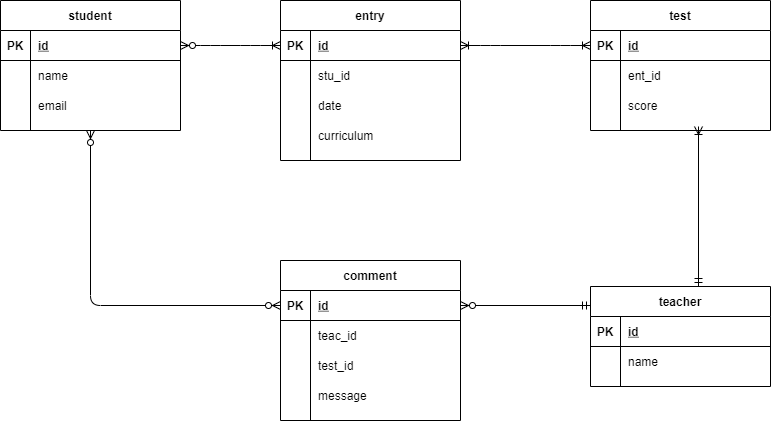
Before: index.drawio.png, a diagram exported from draw.io (i-system-yaa999/Database_Chapter8_EX). Source tidied: cells renumbered, new cells last; positions are measured from the earlier drawing's top-left corner, leaving out a move shared by most shapes. Its diagram source:
```xml
<mxGraphModel>
  <root>
    <mxCell id="0" />
    <mxCell id="1" parent="0" />
    <mxCell id="2" value="student" style="shape=table;startSize=30;rowLines=0;fontStyle=1;align=center;" parent="1" vertex="1">
      <mxGeometry width="180" height="130" as="geometry" />
    </mxCell>
    <mxCell id="3" style="shape=partialRectangle;fillColor=none;top=0;left=0;bottom=1;right=0;points=[[0,0.5],[1,0.5]];portConstraint=eastwest;" parent="2" vertex="1">
      <mxGeometry y="30" width="180" height="30" as="geometry" />
    </mxCell>
    <mxCell id="4" value="PK" style="shape=partialRectangle;fillColor=none;top=0;left=0;bottom=0;right=0;fontStyle=1;overflow=hidden;" parent="3" vertex="1">
      <mxGeometry width="30" height="30" as="geometry" />
    </mxCell>
    <mxCell id="5" value="id" style="shape=partialRectangle;fillColor=none;top=0;left=0;bottom=0;right=0;align=left;spacingLeft=6;fontStyle=5;overflow=hidden;" parent="3" vertex="1">
      <mxGeometry x="30" width="150" height="30" as="geometry" />
    </mxCell>
    <mxCell id="6" style="shape=partialRectangle;fillColor=none;top=0;left=0;bottom=0;right=0;points=[[0,0.5],[1,0.5]];portConstraint=eastwest;" parent="2" vertex="1">
      <mxGeometry y="60" width="180" height="30" as="geometry" />
    </mxCell>
    <mxCell id="7" style="shape=partialRectangle;fillColor=none;top=0;left=0;bottom=0;right=0;overflow=hidden;" parent="6" vertex="1">
      <mxGeometry width="30" height="30" as="geometry" />
    </mxCell>
    <mxCell id="8" value="name" style="shape=partialRectangle;fillColor=none;top=0;left=0;bottom=0;right=0;align=left;spacingLeft=6;overflow=hidden;" parent="6" vertex="1">
      <mxGeometry x="30" width="150" height="30" as="geometry" />
    </mxCell>
    <mxCell id="9" style="shape=partialRectangle;fillColor=none;top=0;left=0;bottom=0;right=0;" parent="2" vertex="1">
      <mxGeometry y="90" width="180" height="30" as="geometry" />
    </mxCell>
    <mxCell id="10" style="shape=partialRectangle;fillColor=none;top=0;left=0;bottom=0;right=0;overflow=hidden;" parent="9" vertex="1">
      <mxGeometry width="30" height="30" as="geometry" />
    </mxCell>
    <mxCell id="11" value="email" style="shape=partialRectangle;fillColor=none;top=0;left=0;bottom=0;right=0;align=left;spacingLeft=6;overflow=hidden;" parent="9" vertex="1">
      <mxGeometry x="30" width="150" height="30" as="geometry" />
    </mxCell>
    <mxCell id="12" value="test" style="shape=table;startSize=30;rowLines=0;fontStyle=1;align=center;" parent="1" vertex="1">
      <mxGeometry x="590" width="180" height="130" as="geometry" />
    </mxCell>
    <mxCell id="13" style="shape=partialRectangle;fillColor=none;top=0;left=0;bottom=1;right=0;points=[[0,0.5],[1,0.5]];portConstraint=eastwest;" parent="12" vertex="1">
      <mxGeometry y="30" width="180" height="30" as="geometry" />
    </mxCell>
    <mxCell id="14" value="PK" style="shape=partialRectangle;fillColor=none;top=0;left=0;bottom=0;right=0;fontStyle=1;overflow=hidden;" parent="13" vertex="1">
      <mxGeometry width="30" height="30" as="geometry" />
    </mxCell>
    <mxCell id="15" value="id" style="shape=partialRectangle;fillColor=none;top=0;left=0;bottom=0;right=0;align=left;spacingLeft=6;fontStyle=5;overflow=hidden;" parent="13" vertex="1">
      <mxGeometry x="30" width="150" height="30" as="geometry" />
    </mxCell>
    <mxCell id="16" style="shape=partialRectangle;fillColor=none;top=0;left=0;bottom=0;right=0;" parent="12" vertex="1">
      <mxGeometry y="60" width="180" height="30" as="geometry" />
    </mxCell>
    <mxCell id="17" style="shape=partialRectangle;fillColor=none;top=0;left=0;bottom=0;right=0;overflow=hidden;" parent="16" vertex="1">
      <mxGeometry width="30" height="30" as="geometry" />
    </mxCell>
    <mxCell id="18" value="ent_id" style="shape=partialRectangle;fillColor=none;top=0;left=0;bottom=0;right=0;align=left;spacingLeft=6;overflow=hidden;" parent="16" vertex="1">
      <mxGeometry x="30" width="150" height="30" as="geometry" />
    </mxCell>
    <mxCell id="19" style="shape=partialRectangle;fillColor=none;top=0;left=0;bottom=0;right=0;points=[[0,0.5],[1,0.5]];portConstraint=eastwest;" parent="12" vertex="1">
      <mxGeometry y="90" width="180" height="30" as="geometry" />
    </mxCell>
    <mxCell id="20" style="shape=partialRectangle;fillColor=none;top=0;left=0;bottom=0;right=0;overflow=hidden;" parent="19" vertex="1">
      <mxGeometry width="30" height="30" as="geometry" />
    </mxCell>
    <mxCell id="21" value="score" style="shape=partialRectangle;fillColor=none;top=0;left=0;bottom=0;right=0;align=left;spacingLeft=6;overflow=hidden;" parent="19" vertex="1">
      <mxGeometry x="30" width="150" height="30" as="geometry" />
    </mxCell>
    <mxCell id="22" value="entry" style="shape=table;startSize=30;rowLines=0;fontStyle=1;align=center;" parent="1" vertex="1">
      <mxGeometry x="280" width="180" height="160" as="geometry" />
    </mxCell>
    <mxCell id="23" style="shape=partialRectangle;fillColor=none;top=0;left=0;bottom=1;right=0;points=[[0,0.5],[1,0.5]];portConstraint=eastwest;" parent="22" vertex="1">
      <mxGeometry y="30" width="180" height="30" as="geometry" />
    </mxCell>
    <mxCell id="24" value="PK" style="shape=partialRectangle;fillColor=none;top=0;left=0;bottom=0;right=0;fontStyle=1;overflow=hidden;" parent="23" vertex="1">
      <mxGeometry width="30" height="30" as="geometry" />
    </mxCell>
    <mxCell id="25" value="id" style="shape=partialRectangle;fillColor=none;top=0;left=0;bottom=0;right=0;align=left;spacingLeft=6;fontStyle=5;overflow=hidden;" parent="23" vertex="1">
      <mxGeometry x="30" width="150" height="30" as="geometry" />
    </mxCell>
    <mxCell id="26" style="shape=partialRectangle;fillColor=none;top=0;left=0;bottom=0;right=0;points=[[0,0.5],[1,0.5]];portConstraint=eastwest;" parent="22" vertex="1">
      <mxGeometry y="60" width="180" height="30" as="geometry" />
    </mxCell>
    <mxCell id="27" style="shape=partialRectangle;fillColor=none;top=0;left=0;bottom=0;right=0;overflow=hidden;" parent="26" vertex="1">
      <mxGeometry width="30" height="30" as="geometry" />
    </mxCell>
    <mxCell id="28" value="stu_id" style="shape=partialRectangle;fillColor=none;top=0;left=0;bottom=0;right=0;align=left;spacingLeft=6;overflow=hidden;" parent="26" vertex="1">
      <mxGeometry x="30" width="150" height="30" as="geometry" />
    </mxCell>
    <mxCell id="29" style="shape=partialRectangle;fillColor=none;top=0;left=0;bottom=0;right=0;points=[[0,0.5],[1,0.5]];portConstraint=eastwest;" parent="22" vertex="1">
      <mxGeometry y="90" width="180" height="30" as="geometry" />
    </mxCell>
    <mxCell id="30" style="shape=partialRectangle;fillColor=none;top=0;left=0;bottom=0;right=0;overflow=hidden;" parent="29" vertex="1">
      <mxGeometry width="30" height="30" as="geometry" />
    </mxCell>
    <mxCell id="31" value="date" style="shape=partialRectangle;fillColor=none;top=0;left=0;bottom=0;right=0;align=left;spacingLeft=6;overflow=hidden;" parent="29" vertex="1">
      <mxGeometry x="30" width="150" height="30" as="geometry" />
    </mxCell>
    <mxCell id="32" style="shape=partialRectangle;fillColor=none;top=0;left=0;bottom=0;right=0;" parent="22" vertex="1">
      <mxGeometry y="120" width="180" height="30" as="geometry" />
    </mxCell>
    <mxCell id="33" style="shape=partialRectangle;fillColor=none;top=0;left=0;bottom=0;right=0;overflow=hidden;" parent="32" vertex="1">
      <mxGeometry width="30" height="30" as="geometry" />
    </mxCell>
    <mxCell id="34" value="curriculum" style="shape=partialRectangle;fillColor=none;top=0;left=0;bottom=0;right=0;align=left;spacingLeft=6;overflow=hidden;" parent="32" vertex="1">
      <mxGeometry x="30" width="150" height="30" as="geometry" />
    </mxCell>
    <mxCell id="35" style="edgeStyle=entityRelationEdgeStyle;fontSize=12;html=1;endArrow=ERoneToMany;startArrow=ERoneToMany;entryX=0;entryY=0.5;entryDx=0;entryDy=0;exitX=1;exitY=0.5;exitDx=0;exitDy=0;" parent="1" edge="1" source="23" target="13">
      <mxGeometry relative="1" as="geometry" />
    </mxCell>
    <mxCell id="36" value="teacher" style="shape=table;startSize=30;rowLines=0;fontStyle=1;align=center;" parent="1" vertex="1">
      <mxGeometry x="590" y="286" width="180" height="100" as="geometry" />
    </mxCell>
    <mxCell id="37" style="shape=partialRectangle;fillColor=none;top=0;left=0;bottom=1;right=0;" parent="36" vertex="1">
      <mxGeometry y="30" width="180" height="30" as="geometry" />
    </mxCell>
    <mxCell id="38" value="PK" style="shape=partialRectangle;fillColor=none;top=0;left=0;bottom=0;right=0;fontStyle=1;overflow=hidden;" parent="37" vertex="1">
      <mxGeometry width="30" height="30" as="geometry" />
    </mxCell>
    <mxCell id="39" value="id" style="shape=partialRectangle;fillColor=none;top=0;left=0;bottom=0;right=0;align=left;spacingLeft=6;fontStyle=5;overflow=hidden;" parent="37" vertex="1">
      <mxGeometry x="30" width="150" height="30" as="geometry" />
    </mxCell>
    <mxCell id="40" style="shape=partialRectangle;fillColor=none;top=0;left=0;bottom=0;right=0;" parent="36" vertex="1">
      <mxGeometry y="60" width="180" height="30" as="geometry" />
    </mxCell>
    <mxCell id="41" style="shape=partialRectangle;fillColor=none;top=0;left=0;bottom=0;right=0;overflow=hidden;" parent="40" vertex="1">
      <mxGeometry width="30" height="30" as="geometry" />
    </mxCell>
    <mxCell id="42" value="name" style="shape=partialRectangle;fillColor=none;top=0;left=0;bottom=0;right=0;align=left;spacingLeft=6;overflow=hidden;" parent="40" vertex="1">
      <mxGeometry x="30" width="150" height="30" as="geometry" />
    </mxCell>
    <mxCell id="43" style="fontSize=12;html=1;endArrow=ERoneToMany;startArrow=ERmandOne;entryX=0.6;entryY=1.2;entryDx=0;entryDy=0;entryPerimeter=0;exitX=0.6;exitY=0;exitDx=0;exitDy=0;exitPerimeter=0;" parent="1" edge="1" source="36" target="19">
      <mxGeometry relative="1" as="geometry" />
    </mxCell>
    <mxCell id="44" value="comment" style="shape=table;startSize=30;rowLines=0;fontStyle=1;align=center;" parent="1" vertex="1">
      <mxGeometry x="280" y="260" width="180" height="160" as="geometry" />
    </mxCell>
    <mxCell id="45" style="shape=partialRectangle;fillColor=none;top=0;left=0;bottom=1;right=0;points=[[0,0.5],[1,0.5]];portConstraint=eastwest;" parent="44" vertex="1">
      <mxGeometry y="30" width="180" height="30" as="geometry" />
    </mxCell>
    <mxCell id="46" value="PK" style="shape=partialRectangle;fillColor=none;top=0;left=0;bottom=0;right=0;fontStyle=1;overflow=hidden;" parent="45" vertex="1">
      <mxGeometry width="30" height="30" as="geometry" />
    </mxCell>
    <mxCell id="47" value="id" style="shape=partialRectangle;fillColor=none;top=0;left=0;bottom=0;right=0;align=left;spacingLeft=6;fontStyle=5;overflow=hidden;" parent="45" vertex="1">
      <mxGeometry x="30" width="150" height="30" as="geometry" />
    </mxCell>
    <mxCell id="48" style="shape=partialRectangle;fillColor=none;top=0;left=0;bottom=0;right=0;" parent="44" vertex="1">
      <mxGeometry y="60" width="180" height="30" as="geometry" />
    </mxCell>
    <mxCell id="49" style="shape=partialRectangle;fillColor=none;top=0;left=0;bottom=0;right=0;overflow=hidden;" parent="48" vertex="1">
      <mxGeometry width="30" height="30" as="geometry" />
    </mxCell>
    <mxCell id="50" value="teac_id" style="shape=partialRectangle;fillColor=none;top=0;left=0;bottom=0;right=0;align=left;spacingLeft=6;overflow=hidden;" parent="48" vertex="1">
      <mxGeometry x="30" width="150" height="30" as="geometry" />
    </mxCell>
    <mxCell id="51" style="shape=partialRectangle;fillColor=none;top=0;left=0;bottom=0;right=0;" parent="44" vertex="1">
      <mxGeometry y="90" width="180" height="30" as="geometry" />
    </mxCell>
    <mxCell id="52" style="shape=partialRectangle;fillColor=none;top=0;left=0;bottom=0;right=0;overflow=hidden;" parent="51" vertex="1">
      <mxGeometry width="30" height="30" as="geometry" />
    </mxCell>
    <mxCell id="53" value="test_id" style="shape=partialRectangle;fillColor=none;top=0;left=0;bottom=0;right=0;align=left;spacingLeft=6;overflow=hidden;" parent="51" vertex="1">
      <mxGeometry x="30" width="150" height="30" as="geometry" />
    </mxCell>
    <mxCell id="54" style="shape=partialRectangle;fillColor=none;top=0;left=0;bottom=0;right=0;" parent="44" vertex="1">
      <mxGeometry y="120" width="180" height="30" as="geometry" />
    </mxCell>
    <mxCell id="55" style="shape=partialRectangle;fillColor=none;top=0;left=0;bottom=0;right=0;overflow=hidden;" parent="54" vertex="1">
      <mxGeometry width="30" height="30" as="geometry" />
    </mxCell>
    <mxCell id="56" value="message" style="shape=partialRectangle;fillColor=none;top=0;left=0;bottom=0;right=0;align=left;spacingLeft=6;overflow=hidden;" parent="54" vertex="1">
      <mxGeometry x="30" width="150" height="30" as="geometry" />
    </mxCell>
    <mxCell id="57" style="fontSize=12;html=1;endArrow=ERzeroToMany;startArrow=ERmandOne;exitX=0;exitY=0.19;exitDx=0;exitDy=0;exitPerimeter=0;" parent="1" edge="1" source="36">
      <mxGeometry relative="1" as="geometry">
        <mxPoint x="460" y="305" as="targetPoint" />
      </mxGeometry>
    </mxCell>
    <mxCell id="58" style="edgeStyle=orthogonalEdgeStyle;fontSize=12;html=1;endArrow=ERzeroToMany;endFill=1;startArrow=ERzeroToMany;entryX=0;entryY=0.5;entryDx=0;entryDy=0;exitX=0.5;exitY=1;exitDx=0;exitDy=0;" parent="1" edge="1" source="2" target="45">
      <mxGeometry relative="1" as="geometry" />
    </mxCell>
    <mxCell id="59" style="edgeStyle=entityRelationEdgeStyle;fontSize=12;html=1;endArrow=ERoneToMany;startArrow=ERzeroToMany;entryX=0;entryY=0.5;entryDx=0;entryDy=0;exitX=1;exitY=0.5;exitDx=0;exitDy=0;" parent="1" edge="1" source="3" target="23">
      <mxGeometry relative="1" as="geometry" />
    </mxCell>
  </root>
</mxGraphModel>
```
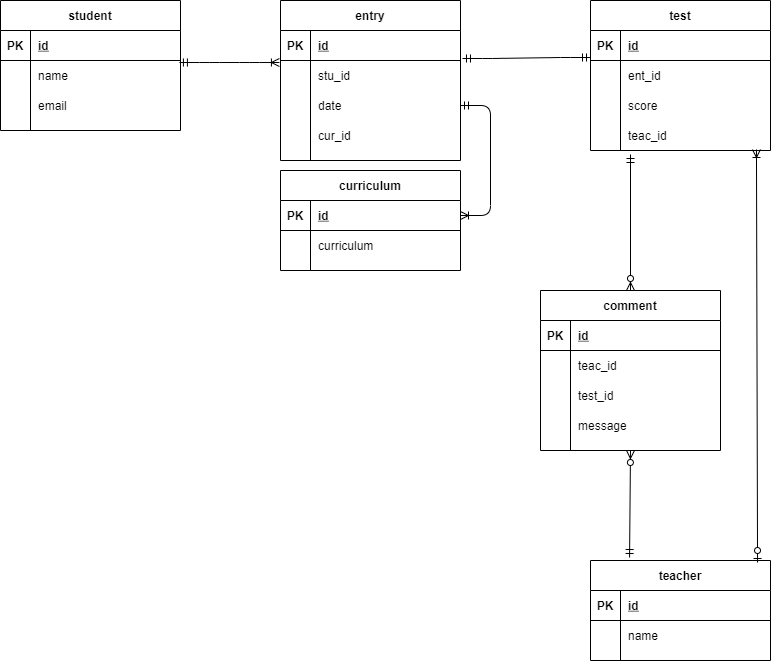
Later version of the same file.

What changed in the source:
```diff
@@ -33,7 +33,7 @@
       <mxGeometry x="30" width="150" height="30" as="geometry" />
     </mxCell>
     <mxCell id="12" value="test" style="shape=table;startSize=30;rowLines=0;fontStyle=1;align=center;" parent="1" vertex="1">
-      <mxGeometry x="590" width="180" height="130" as="geometry" />
+      <mxGeometry x="590" width="180" height="150" as="geometry" />
     </mxCell>
     <mxCell id="13" style="shape=partialRectangle;fillColor=none;top=0;left=0;bottom=1;right=0;points=[[0,0.5],[1,0.5]];portConstraint=eastwest;" parent="12" vertex="1">
       <mxGeometry y="30" width="180" height="30" as="geometry" />
@@ -62,6 +62,15 @@
     <mxCell id="21" value="score" style="shape=partialRectangle;fillColor=none;top=0;left=0;bottom=0;right=0;align=left;spacingLeft=6;overflow=hidden;" parent="19" vertex="1">
       <mxGeometry x="30" width="150" height="30" as="geometry" />
     </mxCell>
+    <mxCell id="60" style="shape=partialRectangle;fillColor=none;top=0;left=0;bottom=0;right=0;points=[[0,0.5],[1,0.5]];portConstraint=eastwest;" parent="12" vertex="1">
+      <mxGeometry y="120" width="180" height="30" as="geometry" />
+    </mxCell>
+    <mxCell id="61" style="shape=partialRectangle;fillColor=none;top=0;left=0;bottom=0;right=0;overflow=hidden;" parent="60" vertex="1">
+      <mxGeometry width="30" height="30" as="geometry" />
+    </mxCell>
+    <mxCell id="62" value="teac_id" style="shape=partialRectangle;fillColor=none;top=0;left=0;bottom=0;right=0;align=left;spacingLeft=6;overflow=hidden;" parent="60" vertex="1">
+      <mxGeometry x="30" width="150" height="30" as="geometry" />
+    </mxCell>
     <mxCell id="22" value="entry" style="shape=table;startSize=30;rowLines=0;fontStyle=1;align=center;" parent="1" vertex="1">
       <mxGeometry x="280" width="180" height="160" as="geometry" />
     </mxCell>
@@ -98,14 +107,11 @@
     <mxCell id="33" style="shape=partialRectangle;fillColor=none;top=0;left=0;bottom=0;right=0;overflow=hidden;" parent="32" vertex="1">
       <mxGeometry width="30" height="30" as="geometry" />
     </mxCell>
-    <mxCell id="34" value="curriculum" style="shape=partialRectangle;fillColor=none;top=0;left=0;bottom=0;right=0;align=left;spacingLeft=6;overflow=hidden;" parent="32" vertex="1">
+    <mxCell id="34" value="cur_id" style="shape=partialRectangle;fillColor=none;top=0;left=0;bottom=0;right=0;align=left;spacingLeft=6;overflow=hidden;" parent="32" vertex="1">
       <mxGeometry x="30" width="150" height="30" as="geometry" />
     </mxCell>
-    <mxCell id="35" style="edgeStyle=entityRelationEdgeStyle;fontSize=12;html=1;endArrow=ERoneToMany;startArrow=ERoneToMany;entryX=0;entryY=0.5;entryDx=0;entryDy=0;exitX=1;exitY=0.5;exitDx=0;exitDy=0;" parent="1" edge="1" source="23" target="13">
-      <mxGeometry relative="1" as="geometry" />
-    </mxCell>
     <mxCell id="36" value="teacher" style="shape=table;startSize=30;rowLines=0;fontStyle=1;align=center;" parent="1" vertex="1">
-      <mxGeometry x="590" y="286" width="180" height="100" as="geometry" />
+      <mxGeometry x="590" y="560" width="180" height="100" as="geometry" />
     </mxCell>
     <mxCell id="37" style="shape=partialRectangle;fillColor=none;top=0;left=0;bottom=1;right=0;" parent="36" vertex="1">
       <mxGeometry y="30" width="180" height="30" as="geometry" />
@@ -125,11 +131,8 @@
     <mxCell id="42" value="name" style="shape=partialRectangle;fillColor=none;top=0;left=0;bottom=0;right=0;align=left;spacingLeft=6;overflow=hidden;" parent="40" vertex="1">
       <mxGeometry x="30" width="150" height="30" as="geometry" />
     </mxCell>
-    <mxCell id="43" style="fontSize=12;html=1;endArrow=ERoneToMany;startArrow=ERmandOne;entryX=0.6;entryY=1.2;entryDx=0;entryDy=0;entryPerimeter=0;exitX=0.6;exitY=0;exitDx=0;exitDy=0;exitPerimeter=0;" parent="1" edge="1" source="36" target="19">
-      <mxGeometry relative="1" as="geometry" />
-    </mxCell>
     <mxCell id="44" value="comment" style="shape=table;startSize=30;rowLines=0;fontStyle=1;align=center;" parent="1" vertex="1">
-      <mxGeometry x="280" y="260" width="180" height="160" as="geometry" />
+      <mxGeometry x="540" y="290" width="180" height="160" as="geometry" />
     </mxCell>
     <mxCell id="45" style="shape=partialRectangle;fillColor=none;top=0;left=0;bottom=1;right=0;points=[[0,0.5],[1,0.5]];portConstraint=eastwest;" parent="44" vertex="1">
       <mxGeometry y="30" width="180" height="30" as="geometry" />
@@ -167,16 +170,46 @@
     <mxCell id="56" value="message" style="shape=partialRectangle;fillColor=none;top=0;left=0;bottom=0;right=0;align=left;spacingLeft=6;overflow=hidden;" parent="54" vertex="1">
       <mxGeometry x="30" width="150" height="30" as="geometry" />
     </mxCell>
-    <mxCell id="57" style="fontSize=12;html=1;endArrow=ERzeroToMany;startArrow=ERmandOne;exitX=0;exitY=0.19;exitDx=0;exitDy=0;exitPerimeter=0;" parent="1" edge="1" source="36">
-      <mxGeometry relative="1" as="geometry">
-        <mxPoint x="460" y="305" as="targetPoint" />
-      </mxGeometry>
+    <mxCell id="57" style="fontSize=12;html=1;endArrow=ERzeroToMany;startArrow=ERmandOne;exitX=0.217;exitY=-0.03;exitDx=0;exitDy=0;exitPerimeter=0;entryX=0.5;entryY=1;entryDx=0;entryDy=0;" parent="1" edge="1" source="36" target="44">
+      <mxGeometry relative="1" as="geometry" />
     </mxCell>
-    <mxCell id="58" style="edgeStyle=orthogonalEdgeStyle;fontSize=12;html=1;endArrow=ERzeroToMany;endFill=1;startArrow=ERzeroToMany;entryX=0;entryY=0.5;entryDx=0;entryDy=0;exitX=0.5;exitY=1;exitDx=0;exitDy=0;" parent="1" edge="1" source="2" target="45">
-      <mxGeometry relative="1" as="geometry" />
-    </mxCell>
-    <mxCell id="59" style="edgeStyle=entityRelationEdgeStyle;fontSize=12;html=1;endArrow=ERoneToMany;startArrow=ERzeroToMany;entryX=0;entryY=0.5;entryDx=0;entryDy=0;exitX=1;exitY=0.5;exitDx=0;exitDy=0;" parent="1" edge="1" source="3" target="23">
-      <mxGeometry relative="1" as="geometry" />
-    </mxCell>
+    <mxCell id="63" style="edgeStyle=entityRelationEdgeStyle;fontSize=12;html=1;endArrow=ERoneToMany;startArrow=ERmandOne;exitX=0.994;exitY=0.067;exitDx=0;exitDy=0;exitPerimeter=0;entryX=-0.006;entryY=0.067;entryDx=0;entryDy=0;entryPerimeter=0;" parent="1" edge="1" source="6" target="26">
+      <mxGeometry relative="1" as="geometry" />
+    </mxCell>
+    <mxCell id="64" value="curriculum" style="shape=table;startSize=30;rowLines=0;fontStyle=1;align=center;" parent="1" vertex="1">
+      <mxGeometry x="280" y="170" width="180" height="100" as="geometry" />
+    </mxCell>
+    <mxCell id="65" style="shape=partialRectangle;fillColor=none;top=0;left=0;bottom=1;right=0;points=[[0,0.5],[1,0.5]];portConstraint=eastwest;" parent="64" vertex="1">
+      <mxGeometry y="30" width="180" height="30" as="geometry" />
+    </mxCell>
+    <mxCell id="66" value="PK" style="shape=partialRectangle;fillColor=none;top=0;left=0;bottom=0;right=0;fontStyle=1;overflow=hidden;" parent="65" vertex="1">
+      <mxGeometry width="30" height="30" as="geometry" />
+    </mxCell>
+    <mxCell id="67" value="id" style="shape=partialRectangle;fillColor=none;top=0;left=0;bottom=0;right=0;align=left;spacingLeft=6;fontStyle=5;overflow=hidden;" parent="65" vertex="1">
+      <mxGeometry x="30" width="150" height="30" as="geometry" />
+    </mxCell>
+    <mxCell id="68" style="shape=partialRectangle;fillColor=none;top=0;left=0;bottom=0;right=0;" parent="64" vertex="1">
+      <mxGeometry y="60" width="180" height="30" as="geometry" />
+    </mxCell>
+    <mxCell id="69" style="shape=partialRectangle;fillColor=none;top=0;left=0;bottom=0;right=0;overflow=hidden;" parent="68" vertex="1">
+      <mxGeometry width="30" height="30" as="geometry" />
+    </mxCell>
+    <mxCell id="70" value="curriculum" style="shape=partialRectangle;fillColor=none;top=0;left=0;bottom=0;right=0;align=left;spacingLeft=6;overflow=hidden;" parent="68" vertex="1">
+      <mxGeometry x="30" width="150" height="30" as="geometry" />
+    </mxCell>
+    <mxCell id="71" style="edgeStyle=entityRelationEdgeStyle;fontSize=12;html=1;endArrow=ERoneToMany;startArrow=ERmandOne;exitX=1;exitY=0.5;exitDx=0;exitDy=0;entryX=1;entryY=0.5;entryDx=0;entryDy=0;" parent="1" edge="1" source="29" target="65">
+      <mxGeometry relative="1" as="geometry" />
+    </mxCell>
+    <mxCell id="72" style="edgeStyle=entityRelationEdgeStyle;fontSize=12;html=1;endArrow=ERmandOne;startArrow=ERmandOne;exitX=1.011;exitY=-0.067;exitDx=0;exitDy=0;exitPerimeter=0;entryX=0;entryY=0.9;entryDx=0;entryDy=0;entryPerimeter=0;" parent="1" edge="1" source="26" target="13">
+      <mxGeometry relative="1" as="geometry" />
+    </mxCell>
+    <mxCell id="73" style="fontSize=12;html=1;endArrow=ERoneToMany;startArrow=ERzeroToOne;entryX=0.922;entryY=0.967;entryDx=0;entryDy=0;entryPerimeter=0;exitX=0.928;exitY=0.02;exitDx=0;exitDy=0;exitPerimeter=0;" parent="1" edge="1" source="36" target="60">
+      <mxGeometry relative="1" as="geometry" />
+    </mxCell>
+    <mxCell id="74" style="fontSize=12;html=1;endArrow=ERzeroToMany;startArrow=ERmandOne;entryX=0.5;entryY=0;entryDx=0;entryDy=0;" parent="1" edge="1" target="44">
+      <mxGeometry relative="1" as="geometry">
+        <mxPoint x="630" y="154" as="sourcePoint" />
+      </mxGeometry>
+    </mxCell>
   </root>
 </mxGraphModel>
```
